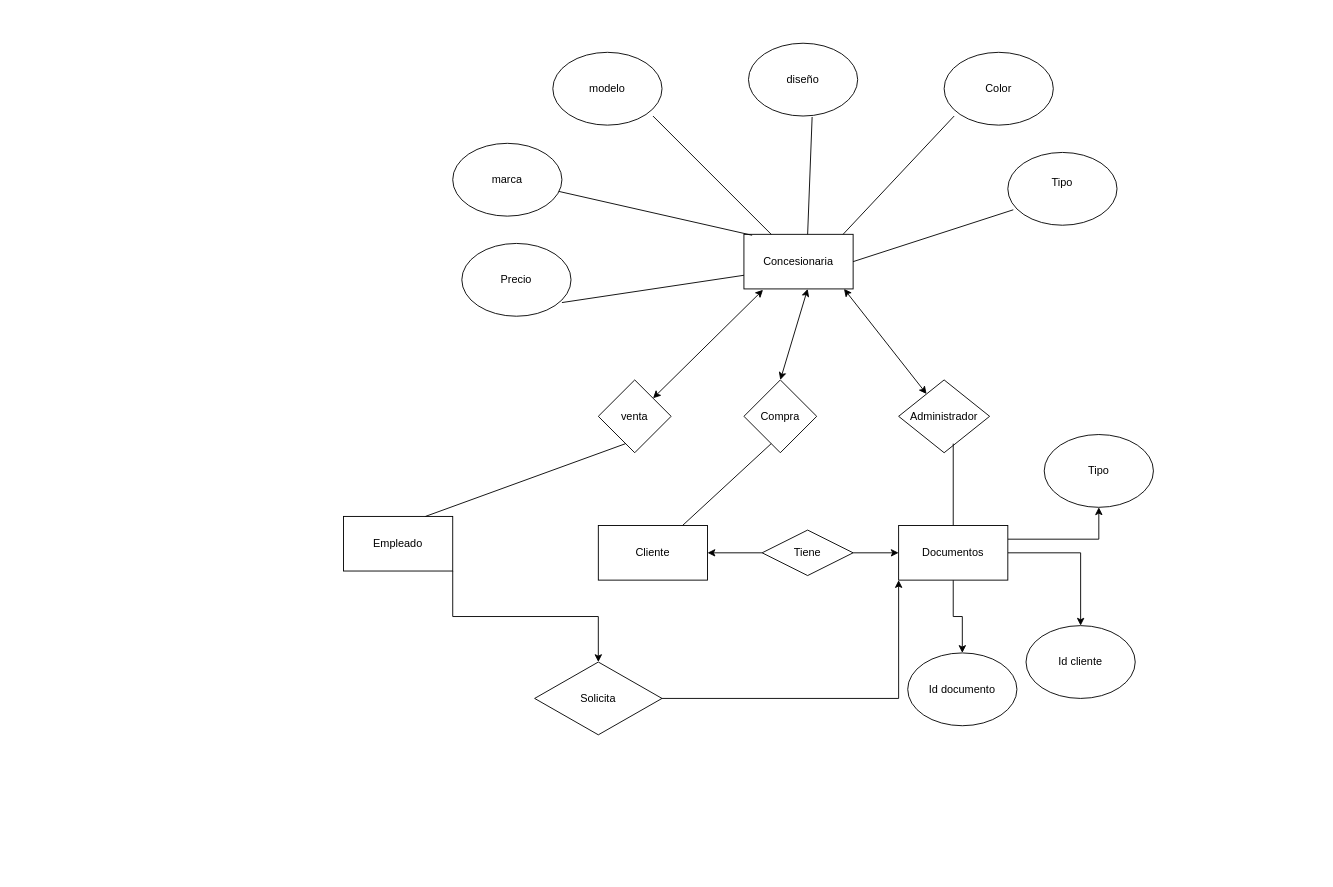
This is page "Page-1" (1 of 2) of Diagrama/Diagramaconcencionaria.drawio from Bryan080204/fbd-Bryan_santiago, a draw.io file, before an edit. Source tidied: cells renumbered, new cells numbered last; positions are measured from the earlier drawing's top-left corner, leaving out a move shared by most shapes. Both pictures are drawn from the tidied source at 91%, with x=0, y=0 at pixel (343, 43).
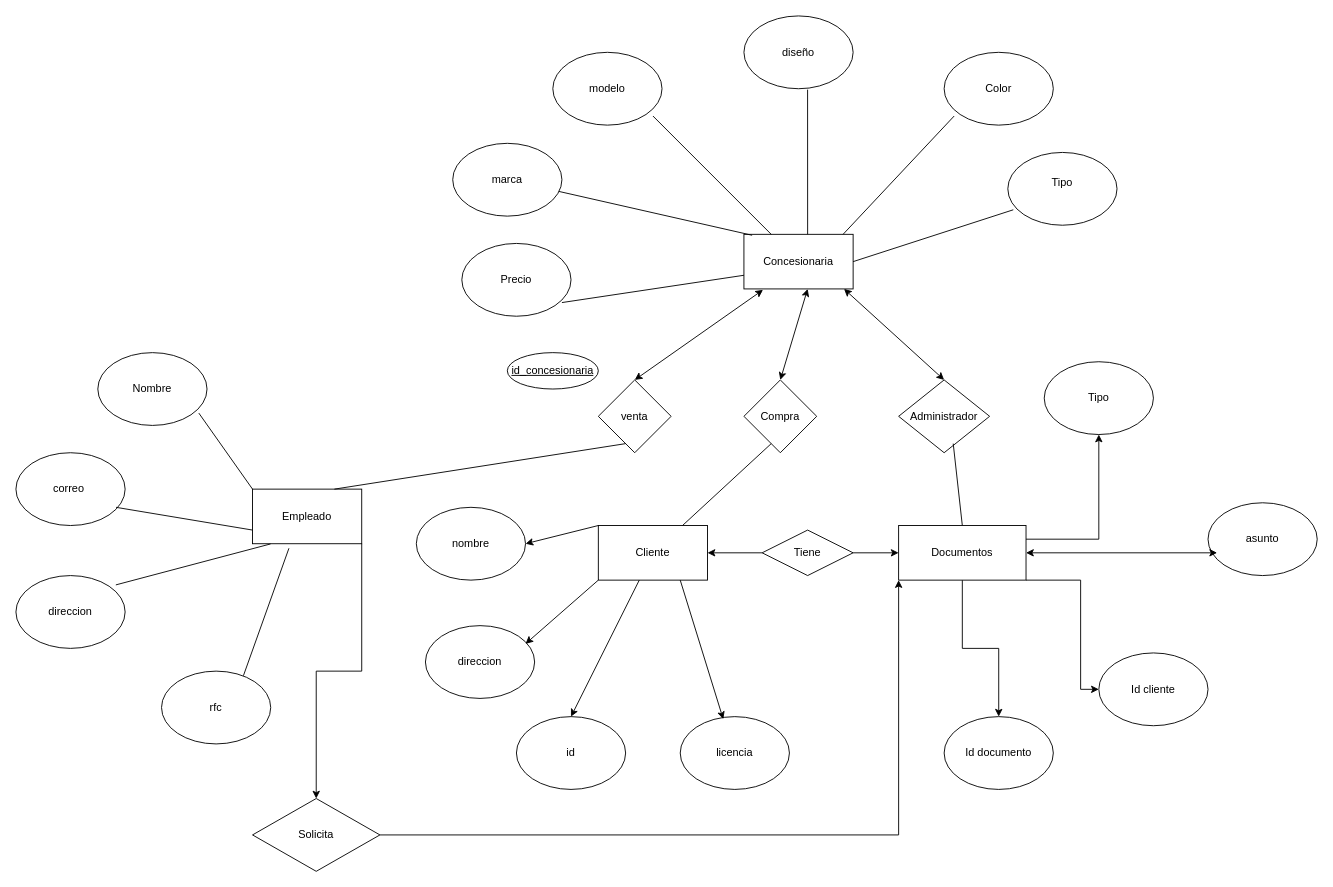
The same diagram, later.

Unchanged cells that the change refers to:
```xml
<mxCell id="2" value="Concesionaria" style="rounded=0;whiteSpace=wrap;html=1;labelBackgroundColor=none;" parent="1" vertex="1">
  <mxGeometry x="440" y="210" width="120" height="60" as="geometry" />
</mxCell>
<mxCell id="15" value="venta" style="rhombus;whiteSpace=wrap;html=1;labelBackgroundColor=none;" parent="1" vertex="1">
  <mxGeometry x="280" y="370" width="80" height="80" as="geometry" />
</mxCell>
<mxCell id="17" value="Administrador" style="rhombus;whiteSpace=wrap;html=1;labelBackgroundColor=none;" parent="1" vertex="1">
  <mxGeometry x="610" y="370" width="100" height="80" as="geometry" />
</mxCell>
<mxCell id="23" value="Cliente" style="rounded=0;whiteSpace=wrap;html=1;labelBackgroundColor=none;" parent="1" vertex="1">
  <mxGeometry x="280" y="530" width="120" height="60" as="geometry" />
</mxCell>
```

The edit, as a diff of the source:
```diff
@@
     <mxCell id="5" value="diseño" style="ellipse;whiteSpace=wrap;html=1;labelBackgroundColor=none;" parent="1" vertex="1">
-      <mxGeometry x="445" width="120" height="80" as="geometry" />
+      <mxGeometry x="440" y="-30" width="120" height="80" as="geometry" />
     </mxCell>
@@
-    <mxCell id="16" style="endArrow=classic;startArrow=classic;html=1;rounded=0;exitX=0.175;exitY=1.017;exitDx=0;exitDy=0;exitPerimeter=0;labelBackgroundColor=none;fontColor=default;" parent="1" edge="1" source="2" target="15">
+    <mxCell id="16" style="endArrow=classic;startArrow=classic;html=1;rounded=0;exitX=0.175;exitY=1.017;exitDx=0;exitDy=0;exitPerimeter=0;labelBackgroundColor=none;fontColor=default;entryX=0.5;entryY=0;entryDx=0;entryDy=0;" parent="1" edge="1" source="2" target="15">
       <mxGeometry relative="1" as="geometry" />
     </mxCell>
@@
-    <mxCell id="18" style="endArrow=classic;startArrow=classic;html=1;rounded=0;labelBackgroundColor=none;fontColor=default;" parent="1" edge="1" source="17">
+    <mxCell id="18" style="endArrow=classic;startArrow=classic;html=1;rounded=0;labelBackgroundColor=none;fontColor=default;exitX=0.5;exitY=0;exitDx=0;exitDy=0;" parent="1" edge="1" source="17">
       <mxGeometry relative="1" as="geometry">
         <mxPoint x="550" y="270" as="targetPoint" />
       </mxGeometry>
     </mxCell>
@@
     <mxCell id="22" value="Empleado" style="rounded=0;whiteSpace=wrap;html=1;labelBackgroundColor=none;" parent="1" vertex="1">
-      <mxGeometry y="520" width="120" height="60" as="geometry" />
+      <mxGeometry x="-100" y="490" width="120" height="60" as="geometry" />
     </mxCell>
@@
     <mxCell id="27" style="edgeStyle=orthogonalEdgeStyle;rounded=0;jettySize=auto;html=1;" parent="1" edge="1" source="29" target="32">
-      <mxGeometry relative="1" as="geometry" />
+      <mxGeometry relative="1" as="geometry">
+        <Array as="points">
+          <mxPoint x="810" y="590" />
+        </Array>
+      </mxGeometry>
     </mxCell>
@@
     <mxCell id="29" value="Documentos" style="rounded=0;whiteSpace=wrap;html=1;labelBackgroundColor=none;" parent="1" vertex="1">
-      <mxGeometry x="610" y="530" width="120" height="60" as="geometry" />
+      <mxGeometry x="610" y="530" width="140" height="60" as="geometry" />
     </mxCell>
@@
     <mxCell id="31" value="Id documento" style="ellipse;whiteSpace=wrap;html=1;" parent="1" vertex="1">
-      <mxGeometry x="620" y="670" width="120" height="80" as="geometry" />
+      <mxGeometry x="660" y="740" width="120" height="80" as="geometry" />
     </mxCell>
     <mxCell id="32" value="Id cliente" style="ellipse;whiteSpace=wrap;html=1;" parent="1" vertex="1">
-      <mxGeometry x="750" y="640" width="120" height="80" as="geometry" />
+      <mxGeometry x="830" y="670" width="120" height="80" as="geometry" />
     </mxCell>
     <mxCell id="33" value="Tipo" style="ellipse;whiteSpace=wrap;html=1;" parent="1" vertex="1">
-      <mxGeometry x="770" y="430" width="120" height="80" as="geometry" />
+      <mxGeometry x="770" y="350" width="120" height="80" as="geometry" />
     </mxCell>
@@
     <mxCell id="38" value="Solicita" style="rhombus;whiteSpace=wrap;html=1;" parent="1" vertex="1">
-      <mxGeometry x="210" y="680" width="140" height="80" as="geometry" />
+      <mxGeometry x="-100" y="830" width="140" height="80" as="geometry" />
     </mxCell>
+    <mxCell id="39" value="Nombre" style="ellipse;whiteSpace=wrap;html=1;" parent="1" vertex="1">
+      <mxGeometry x="-270" y="340" width="120" height="80" as="geometry" />
+    </mxCell>
+    <mxCell id="40" value="correo&amp;nbsp;" style="ellipse;whiteSpace=wrap;html=1;" parent="1" vertex="1">
+      <mxGeometry x="-360" y="450" width="120" height="80" as="geometry" />
+    </mxCell>
+    <mxCell id="41" value="direccion" style="ellipse;whiteSpace=wrap;html=1;" parent="1" vertex="1">
+      <mxGeometry x="-360" y="585" width="120" height="80" as="geometry" />
+    </mxCell>
+    <mxCell id="42" style="endArrow=none;html=1;rounded=0;entryX=0;entryY=0;entryDx=0;entryDy=0;labelBackgroundColor=none;fontColor=default;exitX=0.925;exitY=0.831;exitDx=0;exitDy=0;exitPerimeter=0;" parent="1" edge="1" source="39" target="22">
+      <mxGeometry relative="1" as="geometry" />
+    </mxCell>
+    <mxCell id="43" style="endArrow=none;html=1;rounded=0;entryX=0;entryY=0.75;entryDx=0;entryDy=0;labelBackgroundColor=none;fontColor=default;exitX=0.917;exitY=0.75;exitDx=0;exitDy=0;exitPerimeter=0;" parent="1" edge="1" source="40" target="22">
+      <mxGeometry relative="1" as="geometry" />
+    </mxCell>
+    <mxCell id="44" style="endArrow=none;html=1;rounded=0;entryX=0.915;entryY=0.128;entryDx=0;entryDy=0;labelBackgroundColor=none;fontColor=default;exitX=0.165;exitY=1.004;exitDx=0;exitDy=0;exitPerimeter=0;entryPerimeter=0;" parent="1" edge="1" source="22" target="41">
+      <mxGeometry relative="1" as="geometry" />
+    </mxCell>
+    <mxCell id="45" value="asunto" style="ellipse;whiteSpace=wrap;html=1;" parent="1" vertex="1">
+      <mxGeometry x="950" y="505" width="120" height="80" as="geometry" />
+    </mxCell>
+    <mxCell id="46" style="endArrow=classic;startArrow=classic;html=1;rounded=0;exitX=1;exitY=0.5;exitDx=0;exitDy=0;" parent="1" edge="1" source="29">
+      <mxGeometry relative="1" as="geometry">
+        <mxPoint x="960" y="560" as="targetPoint" />
+      </mxGeometry>
+    </mxCell>
+    <mxCell id="47" value="nombre" style="ellipse;whiteSpace=wrap;html=1;" parent="1" vertex="1">
+      <mxGeometry x="80" y="510" width="120" height="80" as="geometry" />
+    </mxCell>
+    <mxCell id="48" value="direccion" style="ellipse;whiteSpace=wrap;html=1;" parent="1" vertex="1">
+      <mxGeometry x="90" y="640" width="120" height="80" as="geometry" />
+    </mxCell>
+    <mxCell id="49" value="id" style="ellipse;whiteSpace=wrap;html=1;" parent="1" vertex="1">
+      <mxGeometry x="190" y="740" width="120" height="80" as="geometry" />
+    </mxCell>
+    <mxCell id="50" style="endArrow=classic;html=1;rounded=0;entryX=0.5;entryY=0;entryDx=0;entryDy=0;" parent="1" edge="1" source="23" target="49">
+      <mxGeometry relative="1" as="geometry" />
+    </mxCell>
+    <mxCell id="51" style="endArrow=classic;html=1;rounded=0;entryX=0.5;entryY=0;entryDx=0;entryDy=0;exitX=0;exitY=1;exitDx=0;exitDy=0;" parent="1" edge="1" source="23">
+      <mxGeometry relative="1" as="geometry">
+        <mxPoint x="200" y="660" as="targetPoint" />
+      </mxGeometry>
+    </mxCell>
+    <mxCell id="52" style="endArrow=classic;html=1;rounded=0;entryX=0.5;entryY=0;entryDx=0;entryDy=0;exitX=0;exitY=0;exitDx=0;exitDy=0;" parent="1" edge="1" source="23">
+      <mxGeometry relative="1" as="geometry">
+        <mxPoint x="200" y="550" as="targetPoint" />
+      </mxGeometry>
+    </mxCell>
+    <mxCell id="53" value="licencia" style="ellipse;whiteSpace=wrap;html=1;" parent="1" vertex="1">
+      <mxGeometry x="370" y="740" width="120" height="80" as="geometry" />
+    </mxCell>
+    <mxCell id="54" value="rfc" style="ellipse;whiteSpace=wrap;html=1;" parent="1" vertex="1">
+      <mxGeometry x="-200" y="690" width="120" height="80" as="geometry" />
+    </mxCell>
+    <mxCell id="55" style="endArrow=none;html=1;rounded=0;entryX=0.75;entryY=0;entryDx=0;entryDy=0;labelBackgroundColor=none;fontColor=default;entryPerimeter=0;" parent="1" edge="1">
+      <mxGeometry relative="1" as="geometry">
+        <mxPoint x="-60" y="555" as="sourcePoint" />
+        <mxPoint x="-110" y="695" as="targetPoint" />
+      </mxGeometry>
+    </mxCell>
+    <mxCell id="56" style="endArrow=classic;html=1;rounded=0;entryX=0.394;entryY=0.035;entryDx=0;entryDy=0;exitX=0.75;exitY=1;exitDx=0;exitDy=0;entryPerimeter=0;" parent="1" edge="1" source="23" target="53">
+      <mxGeometry relative="1" as="geometry" />
+    </mxCell>
+    <mxCell id="57" value="id_concesionaria" style="ellipse;whiteSpace=wrap;html=1;align=center;fontStyle=4;" parent="1" vertex="1">
+      <mxGeometry x="180" y="340" width="100" height="40" as="geometry" />
+    </mxCell>
```
